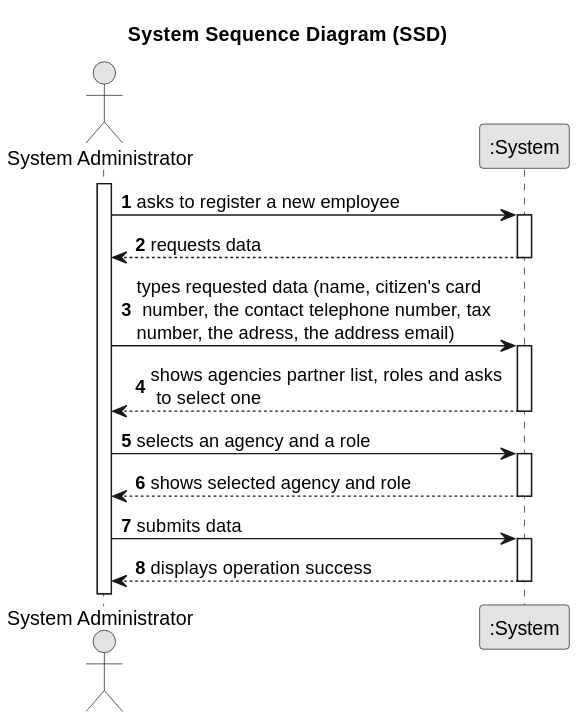
Earlier version of the PlantUML export docs/sprintB/us003/01.requirements-engineering/svg/us003-system-sequence-diagram.svg (rita-barbosa/LAPR2-2223). The source it was exported from:
```plantuml
@startuml
skinparam monochrome true
skinparam packageStyle rectangle
skinparam shadowing false

title System Sequence Diagram (SSD)

autonumber

actor "System Administrator" as Employee
participant ":System" as System

activate Employee

    Employee -> System : asks to register a new employee
    activate System

        System --> Employee : requests data
    deactivate System

    Employee -> System : types requested data (name, citizen's card\n number, the contact telephone number, tax\nnumber, the adress, the address email)
    activate System

        System --> Employee : shows agencies partner list, roles and asks \n to select one
    deactivate System

    Employee -> System : selects an agency and a role
    activate System

        System --> Employee : shows selected agency and role
    deactivate System

    Employee -> System : submits data
    activate System

        System --> Employee : displays operation success
    deactivate System
@enduml
```
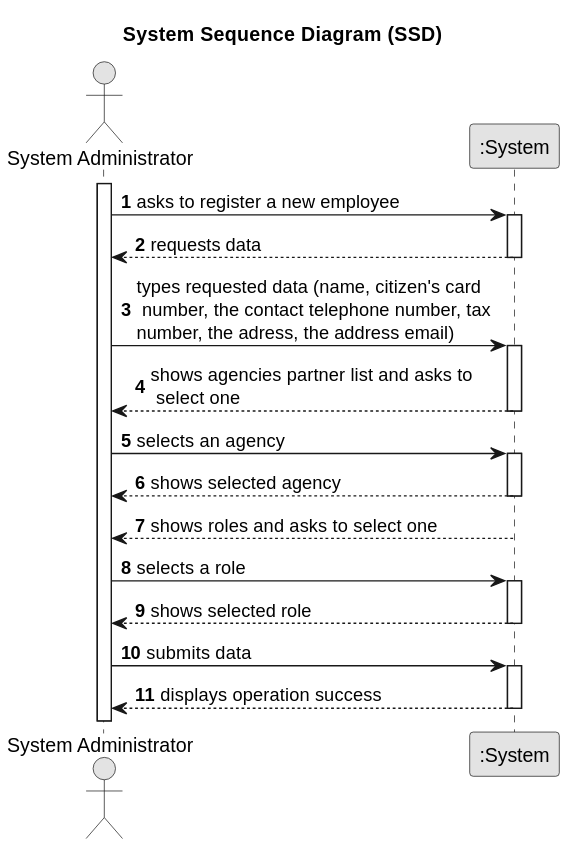
Later version of the same file.

What changed in the source:
```diff
@@ -21,13 +21,23 @@
     Employee -> System : types requested data (name, citizen's card\n number, the contact telephone number, tax\nnumber, the adress, the address email)
     activate System
 
-        System --> Employee : shows agencies partner list, roles and asks \n to select one
+        System --> Employee : shows agencies partner list and asks to \n select one
     deactivate System
 
-    Employee -> System : selects an agency and a role
+    Employee -> System : selects an agency
     activate System
 
-        System --> Employee : shows selected agency and role
+    System --> Employee : shows selected agency
+        deactivate System
+
+    System --> Employee : shows roles and asks to select one
+        deactivate System
+
+    Employee -> System : selects a role
+            activate System
+
+
+        System --> Employee : shows selected role
     deactivate System
 
     Employee -> System : submits data
```
